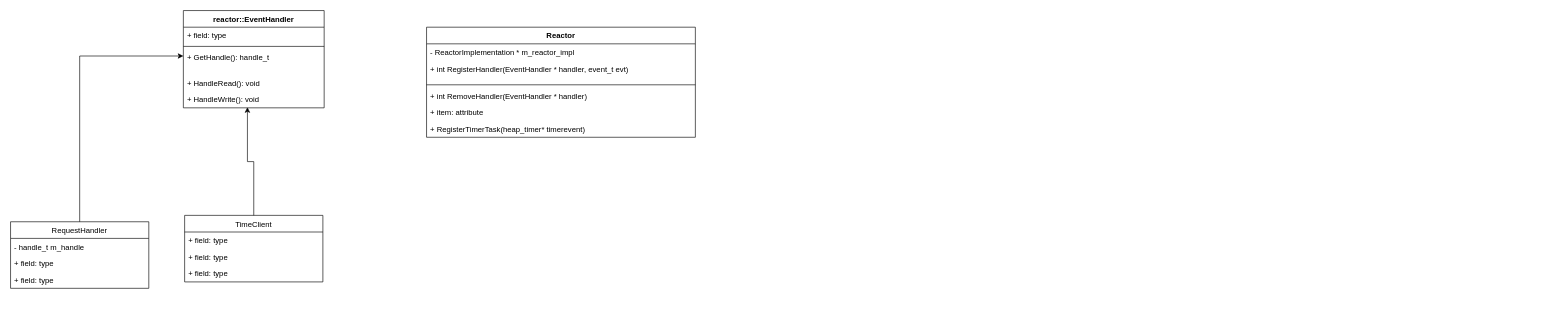
lilelr/design-patterns keeps this draw.io diagram as Untitled Diagram.drawio. Above is the earlier version. Source tidied: cells renumbered, new cells numbered last; positions are measured from the earlier drawing's top-left corner, leaving out a move shared by most shapes. Both pictures are drawn from the tidied source at 64%, with x=0, y=0 at pixel (10, 10).
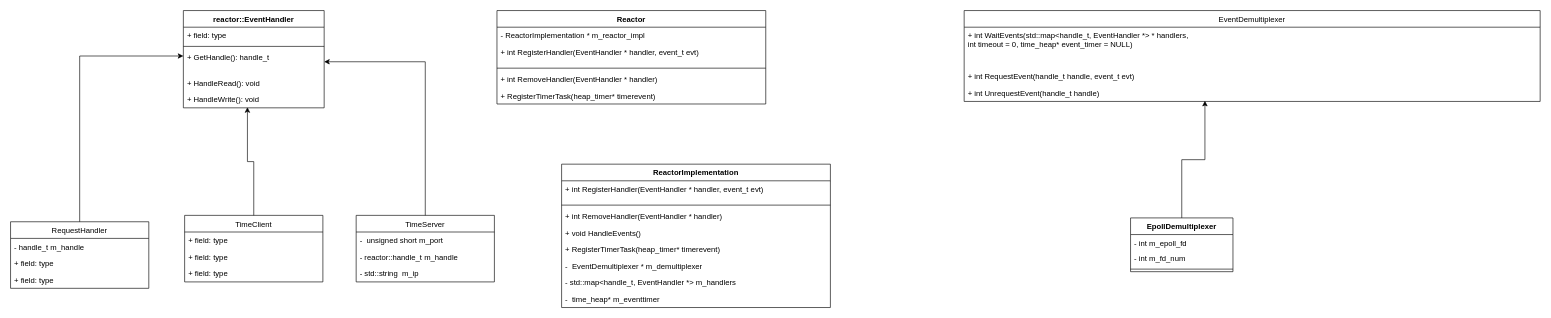
Above is the later version.

Unchanged cells that the change refers to:
```xml
<mxCell id="5" value="+ GetHandle(): handle_t" style="text;strokeColor=none;fillColor=none;align=left;verticalAlign=top;spacingLeft=4;spacingRight=4;overflow=hidden;points=[[0,0.5],[1,0.5]];portConstraint=eastwest;" parent="2" vertex="1">
  <mxGeometry y="60" width="220" height="40" as="geometry" />
</mxCell>
```

Change to the diagram source:
```diff
@@
+    <mxCell id="20" style="edgeStyle=orthogonalEdgeStyle;rounded=0;jettySize=auto;html=1;entryX=0;entryY=0.275;entryDx=0;entryDy=0;entryPerimeter=0;" parent="1" edge="1" source="21" target="5">
+      <mxGeometry relative="1" as="geometry" />
+    </mxCell>
+    <mxCell id="21" value="RequestHandler" style="swimlane;fontStyle=0;horizontal=1;startSize=26;fillColor=none;" parent="1" vertex="1">
+      <mxGeometry y="330" width="216" height="104" as="geometry" />
+    </mxCell>
+    <mxCell id="22" value="- handle_t m_handle" style="text;strokeColor=none;fillColor=none;align=left;verticalAlign=top;spacingLeft=4;spacingRight=4;overflow=hidden;" parent="21" vertex="1">
+      <mxGeometry y="26" width="216" height="26" as="geometry" />
+    </mxCell>
+    <mxCell id="23" value="+ field: type" style="text;strokeColor=none;fillColor=none;align=left;verticalAlign=top;spacingLeft=4;spacingRight=4;overflow=hidden;" parent="21" vertex="1">
+      <mxGeometry y="52" width="216" height="26" as="geometry" />
+    </mxCell>
+    <mxCell id="24" value="+ field: type" style="text;strokeColor=none;fillColor=none;align=left;verticalAlign=top;spacingLeft=4;spacingRight=4;overflow=hidden;" parent="21" vertex="1">
+      <mxGeometry y="78" width="216" height="26" as="geometry" />
+    </mxCell>
+    <mxCell id="25" style="edgeStyle=orthogonalEdgeStyle;rounded=0;jettySize=auto;html=1;" parent="1" edge="1" source="26" target="5">
+      <mxGeometry relative="1" as="geometry" />
+    </mxCell>
+    <mxCell id="26" value="TimeServer" style="swimlane;fontStyle=0;horizontal=1;startSize=26;fillColor=none;" parent="1" vertex="1">
+      <mxGeometry x="540" y="320" width="216" height="104" as="geometry" />
+    </mxCell>
+    <mxCell id="27" value="-  unsigned short m_port" style="text;strokeColor=none;fillColor=none;align=left;verticalAlign=top;spacingLeft=4;spacingRight=4;overflow=hidden;" parent="26" vertex="1">
+      <mxGeometry y="26" width="216" height="26" as="geometry" />
+    </mxCell>
+    <mxCell id="28" value="- reactor::handle_t     m_handle&#10;" style="text;strokeColor=none;fillColor=none;align=left;verticalAlign=top;spacingLeft=4;spacingRight=4;overflow=hidden;" parent="26" vertex="1">
+      <mxGeometry y="52" width="216" height="26" as="geometry" />
+    </mxCell>
+    <mxCell id="29" value="- std::string  m_ip" style="text;strokeColor=none;fillColor=none;align=left;verticalAlign=top;spacingLeft=4;spacingRight=4;overflow=hidden;" parent="26" vertex="1">
+      <mxGeometry y="78" width="216" height="26" as="geometry" />
+    </mxCell>
     <mxCell id="13" value="Reactor" style="swimlane;fontStyle=1;align=center;verticalAlign=top;horizontal=1;startSize=26;" parent="1" vertex="1">
-      <mxGeometry x="650" y="26" width="420" height="172" as="geometry" />
+      <mxGeometry x="760" width="420" height="146" as="geometry" />
     </mxCell>
@@
-    <mxCell id="18" value="+ item: attribute" style="text;strokeColor=none;fillColor=none;align=left;verticalAlign=top;spacingLeft=4;spacingRight=4;overflow=hidden;" parent="13" vertex="1">
-      <mxGeometry y="120" width="420" height="26" as="geometry" />
-    </mxCell>
     <mxCell id="19" value="+ RegisterTimerTask(heap_timer* timerevent)" style="text;strokeColor=none;fillColor=none;align=left;verticalAlign=top;spacingLeft=4;spacingRight=4;overflow=hidden;" parent="13" vertex="1">
-      <mxGeometry y="146" width="420" height="26" as="geometry" />
+      <mxGeometry y="120" width="420" height="26" as="geometry" />
     </mxCell>
-    <mxCell id="20" style="edgeStyle=orthogonalEdgeStyle;rounded=0;jettySize=auto;html=1;entryX=0;entryY=0.275;entryDx=0;entryDy=0;entryPerimeter=0;" parent="1" edge="1" source="21" target="5">
-      <mxGeometry relative="1" as="geometry" />
-    </mxCell>
-    <mxCell id="21" value="RequestHandler" style="swimlane;fontStyle=0;horizontal=1;startSize=26;fillColor=none;" parent="1" vertex="1">
-      <mxGeometry y="330" width="216" height="104" as="geometry" />
-    </mxCell>
-    <mxCell id="22" value="- handle_t m_handle" style="text;strokeColor=none;fillColor=none;align=left;verticalAlign=top;spacingLeft=4;spacingRight=4;overflow=hidden;" parent="21" vertex="1">
-      <mxGeometry y="26" width="216" height="26" as="geometry" />
-    </mxCell>
-    <mxCell id="23" value="+ field: type" style="text;strokeColor=none;fillColor=none;align=left;verticalAlign=top;spacingLeft=4;spacingRight=4;overflow=hidden;" parent="21" vertex="1">
-      <mxGeometry y="52" width="216" height="26" as="geometry" />
-    </mxCell>
-    <mxCell id="24" value="+ field: type" style="text;strokeColor=none;fillColor=none;align=left;verticalAlign=top;spacingLeft=4;spacingRight=4;overflow=hidden;" parent="21" vertex="1">
-      <mxGeometry y="78" width="216" height="26" as="geometry" />
-    </mxCell>
+    <mxCell id="30" value="ReactorImplementation" style="swimlane;fontStyle=1;align=center;verticalAlign=top;horizontal=1;startSize=26;" parent="1" vertex="1">
+      <mxGeometry x="861" y="240" width="420" height="224" as="geometry" />
+    </mxCell>
+    <mxCell id="31" value="+ int RegisterHandler(EventHandler * handler, event_t evt)" style="text;strokeColor=none;fillColor=none;align=left;verticalAlign=top;spacingLeft=4;spacingRight=4;overflow=hidden;" parent="30" vertex="1">
+      <mxGeometry y="26" width="420" height="34" as="geometry" />
+    </mxCell>
+    <mxCell id="32" style="line;strokeWidth=1;fillColor=none;align=left;verticalAlign=middle;spacingTop=-1;spacingLeft=3;spacingRight=3;labelPosition=right;" parent="30" vertex="1">
+      <mxGeometry y="60" width="420" height="8" as="geometry" />
+    </mxCell>
+    <mxCell id="33" value="+ int RemoveHandler(EventHandler * handler)" style="text;strokeColor=none;fillColor=none;align=left;verticalAlign=top;spacingLeft=4;spacingRight=4;overflow=hidden;" parent="30" vertex="1">
+      <mxGeometry y="68" width="420" height="26" as="geometry" />
+    </mxCell>
+    <mxCell id="34" value="+ void HandleEvents()" style="text;strokeColor=none;fillColor=none;align=left;verticalAlign=top;spacingLeft=4;spacingRight=4;overflow=hidden;" parent="30" vertex="1">
+      <mxGeometry y="94" width="420" height="26" as="geometry" />
+    </mxCell>
+    <mxCell id="35" value="+ RegisterTimerTask(heap_timer* timerevent)" style="text;strokeColor=none;fillColor=none;align=left;verticalAlign=top;spacingLeft=4;spacingRight=4;overflow=hidden;" parent="30" vertex="1">
+      <mxGeometry y="120" width="420" height="26" as="geometry" />
+    </mxCell>
+    <mxCell id="36" value="-  EventDemultiplexer *                m_demultiplexer" style="text;strokeColor=none;fillColor=none;align=left;verticalAlign=top;spacingLeft=4;spacingRight=4;overflow=hidden;" parent="30" vertex="1">
+      <mxGeometry y="146" width="420" height="26" as="geometry" />
+    </mxCell>
+    <mxCell id="37" value="- std::map&lt;handle_t, EventHandler *&gt;  m_handlers" style="text;strokeColor=none;fillColor=none;align=left;verticalAlign=top;spacingLeft=4;spacingRight=4;overflow=hidden;" parent="30" vertex="1">
+      <mxGeometry y="172" width="420" height="26" as="geometry" />
+    </mxCell>
+    <mxCell id="38" value="-  time_heap* m_eventtimer" style="text;strokeColor=none;fillColor=none;align=left;verticalAlign=top;spacingLeft=4;spacingRight=4;overflow=hidden;" parent="30" vertex="1">
+      <mxGeometry y="198" width="420" height="26" as="geometry" />
+    </mxCell>
+    <mxCell id="39" value="EventDemultiplexer" style="swimlane;fontStyle=0;horizontal=1;startSize=26;fillColor=none;" parent="1" vertex="1">
+      <mxGeometry x="1490" width="900" height="142" as="geometry" />
+    </mxCell>
+    <mxCell id="40" value="+ int WaitEvents(std::map&lt;handle_t, EventHandler *&gt; * handlers,&#10;                       int timeout = 0, time_heap* event_timer = NULL) " style="text;strokeColor=none;fillColor=none;align=left;verticalAlign=top;spacingLeft=4;spacingRight=4;overflow=hidden;" parent="39" vertex="1">
+      <mxGeometry y="26" width="900" height="64" as="geometry" />
+    </mxCell>
+    <mxCell id="41" value="+ int RequestEvent(handle_t handle, event_t evt)" style="text;strokeColor=none;fillColor=none;align=left;verticalAlign=top;spacingLeft=4;spacingRight=4;overflow=hidden;" parent="39" vertex="1">
+      <mxGeometry y="90" width="900" height="26" as="geometry" />
+    </mxCell>
+    <mxCell id="42" value="+ int UnrequestEvent(handle_t handle)" style="text;strokeColor=none;fillColor=none;align=left;verticalAlign=top;spacingLeft=4;spacingRight=4;overflow=hidden;points=[[0,0.5],[1,0.5]];portConstraint=eastwest;" parent="39" vertex="1">
+      <mxGeometry y="116" width="900" height="26" as="geometry" />
+    </mxCell>
+    <mxCell id="43" style="edgeStyle=orthogonalEdgeStyle;rounded=0;jettySize=auto;html=1;entryX=0.418;entryY=0.962;entryDx=0;entryDy=0;entryPerimeter=0;" parent="1" edge="1" source="44" target="42">
+      <mxGeometry relative="1" as="geometry" />
+    </mxCell>
+    <mxCell id="44" value="EpollDemultiplexer" style="swimlane;fontStyle=1;align=center;verticalAlign=top;horizontal=1;startSize=26;" parent="1" vertex="1">
+      <mxGeometry x="1750" y="324" width="160" height="84" as="geometry" />
+    </mxCell>
+    <mxCell id="45" value="- int  m_epoll_fd" style="text;strokeColor=none;fillColor=none;align=left;verticalAlign=top;spacingLeft=4;spacingRight=4;overflow=hidden;" parent="44" vertex="1">
+      <mxGeometry y="26" width="160" height="24" as="geometry" />
+    </mxCell>
+    <mxCell id="46" value="- int  m_fd_num" style="text;strokeColor=none;fillColor=none;align=left;verticalAlign=top;spacingLeft=4;spacingRight=4;overflow=hidden;" parent="44" vertex="1">
+      <mxGeometry y="50" width="160" height="26" as="geometry" />
+    </mxCell>
+    <mxCell id="47" style="line;strokeWidth=1;fillColor=none;align=left;verticalAlign=middle;spacingTop=-1;spacingLeft=3;spacingRight=3;labelPosition=right;" parent="44" vertex="1">
+      <mxGeometry y="76" width="160" height="8" as="geometry" />
+    </mxCell>
```
